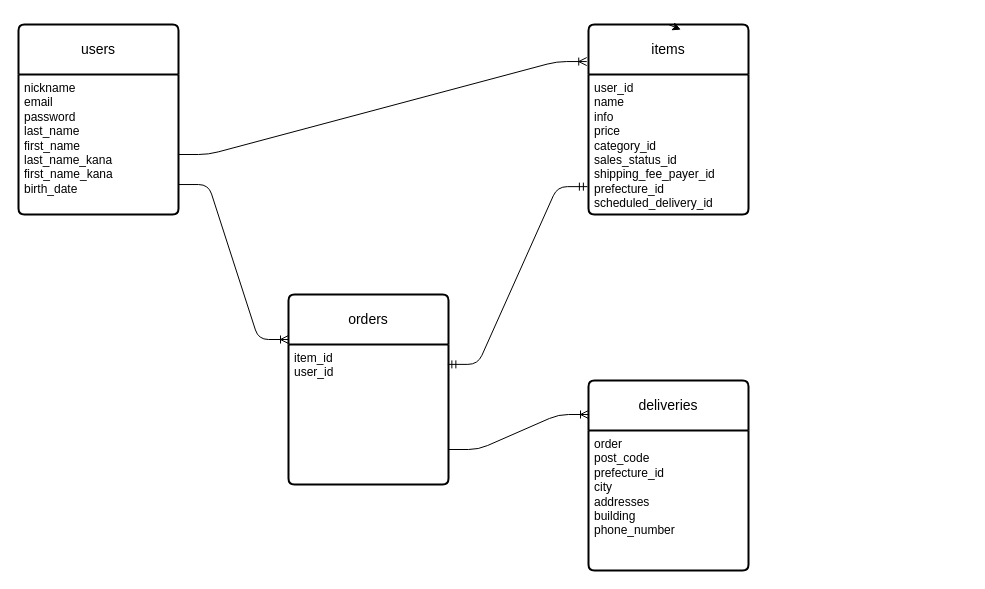
The draw.io diagram test.dio in satochu40-lang/furima-42529, before the edit. Source tidied: cells renumbered, new cells numbered last; positions are measured from the earlier drawing's top-left corner, leaving out a move shared by most shapes. Both pictures are drawn from the tidied source at 100%, with x=0, y=0 at pixel (18, 24).
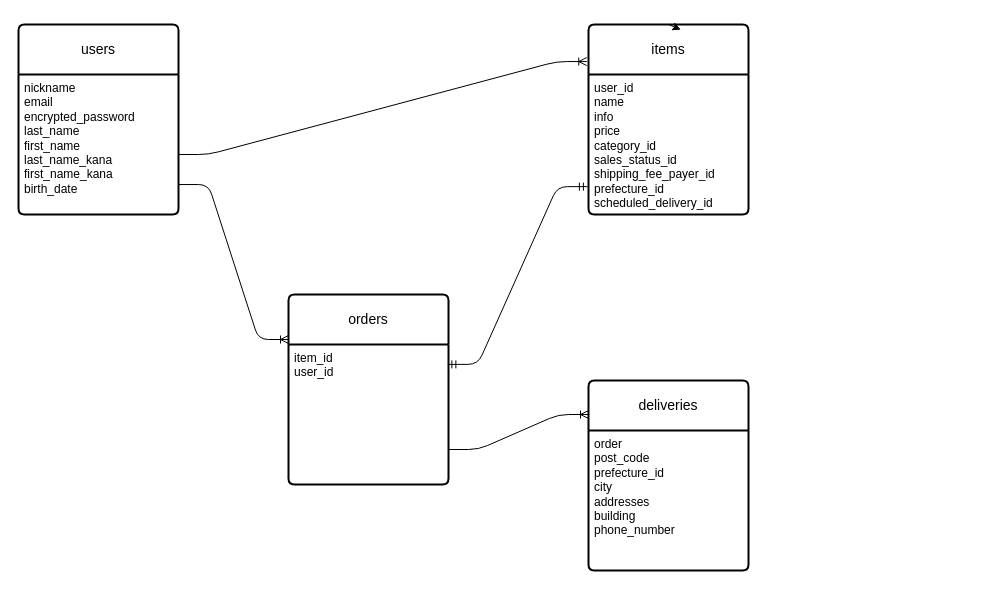
Above is the later version.

What changed in the source:
```diff
@@
 <mxGraphModel>
   <root>
     <mxCell id="0" />
     <mxCell id="1" parent="0" />
     <mxCell id="2" value="Item 3" style="text;strokeColor=none;fillColor=none;spacingLeft=4;spacingRight=4;overflow=hidden;fontSize=12;whiteSpace=wrap;html=1;" parent="1" vertex="1">
       <mxGeometry x="590" y="356" width="360" height="4" as="geometry" />
     </mxCell>
     <mxCell id="3" value="users" style="swimlane;horizontal=1;startSize=50;rounded=1;fontSize=14;fontStyle=0;strokeWidth=2;shadow=0;dashed=0;align=center;arcSize=4;whiteSpace=wrap;html=1;" parent="1" vertex="1">
       <mxGeometry width="160" height="190" as="geometry" />
     </mxCell>
-    <mxCell id="4" value="&lt;div&gt;&lt;div&gt;nickname&lt;/div&gt;&lt;/div&gt;&lt;div&gt;email&lt;/div&gt;&lt;div&gt;password&lt;/div&gt;&lt;div&gt;last_name&lt;/div&gt;&lt;div&gt;first_name&lt;/div&gt;&lt;div&gt;last_name_kana&lt;/div&gt;&lt;div&gt;first_name_kana&lt;/div&gt;&lt;div&gt;birth_date&lt;/div&gt;" style="align=left;strokeColor=none;fillColor=none;spacingLeft=4;fontSize=12;verticalAlign=top;html=1;" parent="3" vertex="1">
+    <mxCell id="4" value="&lt;div&gt;&lt;div&gt;nickname&lt;/div&gt;&lt;/div&gt;&lt;div&gt;email&lt;/div&gt;&lt;div&gt;encrypted_password&lt;/div&gt;&lt;div&gt;last_name&lt;/div&gt;&lt;div&gt;first_name&lt;/div&gt;&lt;div&gt;last_name_kana&lt;/div&gt;&lt;div&gt;first_name_kana&lt;/div&gt;&lt;div&gt;birth_date&lt;/div&gt;" style="align=left;strokeColor=none;fillColor=none;spacingLeft=4;fontSize=12;verticalAlign=top;html=1;" parent="3" vertex="1">
       <mxGeometry y="50" width="160" height="140" as="geometry" />
     </mxCell>
     <mxCell id="5" value="items" style="swimlane;horizontal=1;startSize=50;rounded=1;fontSize=14;fontStyle=0;strokeWidth=2;shadow=0;dashed=0;align=center;arcSize=4;whiteSpace=wrap;html=1;" parent="1" vertex="1">
       <mxGeometry x="570" width="160" height="190" as="geometry" />
     </mxCell>
     <mxCell id="6" value="user_id&lt;div&gt;name&lt;/div&gt;&lt;div&gt;info&lt;/div&gt;&lt;div&gt;price&lt;/div&gt;&lt;div&gt;category_id&lt;/div&gt;&lt;div&gt;sales_status_id&lt;/div&gt;&lt;div&gt;shipping_fee_payer_id&lt;/div&gt;&lt;div&gt;prefecture_id&lt;/div&gt;&lt;div&gt;scheduled_delivery_id&lt;/div&gt;" style="align=left;strokeColor=none;fillColor=none;spacingLeft=4;fontSize=12;verticalAlign=top;html=1;" parent="5" vertex="1">
       <mxGeometry y="50" width="160" height="140" as="geometry" />
     </mxCell>
     <mxCell id="7" style="edgeStyle=none;html=1;exitX=0.5;exitY=0;exitDx=0;exitDy=0;entryX=0.577;entryY=0.027;entryDx=0;entryDy=0;entryPerimeter=0;" parent="1" edge="1" source="5" target="5">
       <mxGeometry relative="1" as="geometry" />
     </mxCell>
     <mxCell id="8" value="orders" style="swimlane;horizontal=1;startSize=50;rounded=1;fontSize=14;fontStyle=0;strokeWidth=2;shadow=0;dashed=0;align=center;arcSize=4;whiteSpace=wrap;html=1;" parent="1" vertex="1">
       <mxGeometry x="270" y="270" width="160" height="190" as="geometry" />
     </mxCell>
     <mxCell id="9" value="item_id&lt;div&gt;user_id&lt;/div&gt;" style="align=left;strokeColor=none;fillColor=none;spacingLeft=4;fontSize=12;verticalAlign=top;html=1;" parent="8" vertex="1">
       <mxGeometry y="50" width="160" height="140" as="geometry" />
     </mxCell>
     <mxCell id="10" value="deliveries" style="swimlane;horizontal=1;startSize=50;rounded=1;fontSize=14;fontStyle=0;strokeWidth=2;shadow=0;dashed=0;align=center;arcSize=4;whiteSpace=wrap;html=1;" parent="1" vertex="1">
       <mxGeometry x="570" y="356" width="160" height="190" as="geometry" />
     </mxCell>
     <mxCell id="11" value="order&lt;div&gt;post_code&lt;/div&gt;&lt;div&gt;prefecture_id&lt;/div&gt;&lt;div&gt;city&lt;/div&gt;&lt;div&gt;addresses&lt;/div&gt;&lt;div&gt;building&lt;/div&gt;&lt;div&gt;phone_number&lt;/div&gt;" style="align=left;strokeColor=none;fillColor=none;spacingLeft=4;fontSize=12;verticalAlign=top;html=1;" parent="10" vertex="1">
       <mxGeometry y="50" width="160" height="140" as="geometry" />
     </mxCell>
     <mxCell id="12" style="edgeStyle=entityRelationEdgeStyle;fontSize=12;html=1;endArrow=ERoneToMany;entryX=-0.011;entryY=0.195;entryDx=0;entryDy=0;entryPerimeter=0;" parent="1" edge="1" target="5">
       <mxGeometry relative="1" as="geometry">
         <mxPoint x="160" y="130" as="sourcePoint" />
       </mxGeometry>
     </mxCell>
     <mxCell id="13" style="edgeStyle=entityRelationEdgeStyle;fontSize=12;html=1;endArrow=ERoneToMany;exitX=1;exitY=0.786;exitDx=0;exitDy=0;exitPerimeter=0;" parent="1" edge="1" source="4">
       <mxGeometry relative="1" as="geometry">
         <mxPoint x="270" y="315" as="targetPoint" />
       </mxGeometry>
     </mxCell>
     <mxCell id="14" style="edgeStyle=entityRelationEdgeStyle;fontSize=12;html=1;endArrow=ERoneToMany;exitX=1;exitY=0.75;exitDx=0;exitDy=0;" parent="1" edge="1" source="9">
       <mxGeometry relative="1" as="geometry">
         <mxPoint x="570" y="390" as="targetPoint" />
       </mxGeometry>
     </mxCell>
     <mxCell id="15" style="edgeStyle=entityRelationEdgeStyle;fontSize=12;html=1;endArrow=ERmandOne;startArrow=ERmandOne;exitX=0.996;exitY=0.142;exitDx=0;exitDy=0;exitPerimeter=0;entryX=-0.007;entryY=0.801;entryDx=0;entryDy=0;entryPerimeter=0;" parent="1" edge="1" source="9" target="6">
       <mxGeometry relative="1" as="geometry">
         <Array as="points">
           <mxPoint x="500" y="340" />
           <mxPoint x="570" y="200" />
         </Array>
       </mxGeometry>
     </mxCell>
   </root>
 </mxGraphModel>
```
